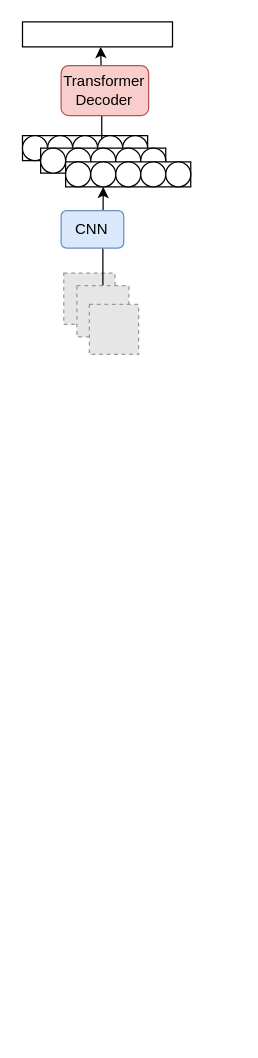
This is 未命名绘图.drawio from lithromantic567/EL, a draw.io file, before an edit. Source tidied: cells renumbered, new cells numbered last; positions are measured from the earlier drawing's top-left corner, leaving out a move shared by most shapes. Both pictures are drawn from the tidied source at 125%, with x=0, y=0 at pixel (21, 21). Pictures stored in the file or linked from it are replaced by grey dashed boxes.
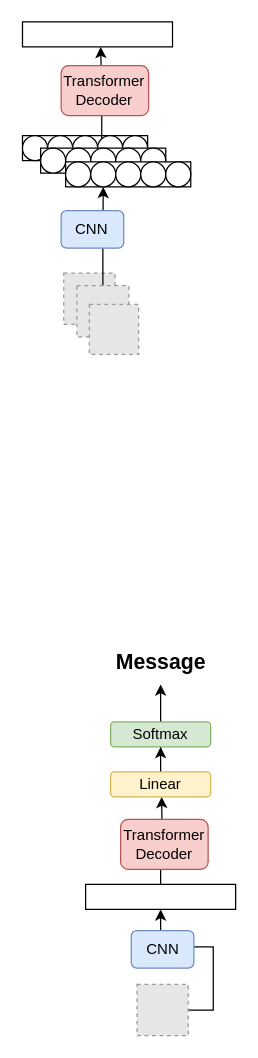
The same page after the edit.

Commit message (it also covers changes not shown here):
更新未命名绘图.drawio

Change to the diagram source:
```diff
@@
+    <mxCell id="31" style="edgeStyle=orthogonalEdgeStyle;rounded=0;jettySize=auto;html=1;exitX=1;exitY=0.5;exitDx=0;exitDy=0;entryX=0.5;entryY=1;entryDx=0;entryDy=0;" parent="1" edge="1" source="32" target="35">
+      <mxGeometry relative="1" as="geometry" />
+    </mxCell>
+    <mxCell id="32" style="fillColor=#E6E6E6;strokeColor=#999999;dashed=1;verticalLabelPosition=bottom;labelBackgroundColor=default;verticalAlign=top;rotation=0;" parent="1" vertex="1">
+      <mxGeometry x="92.1" y="770" width="41" height="41" as="geometry" />
+    </mxCell>
+    <mxCell id="33" value="CNN" style="rounded=1;whiteSpace=wrap;html=1;fillColor=#dae8fc;strokeColor=#6c8ebf;" parent="1" vertex="1">
+      <mxGeometry x="87.5" y="727" width="50.1" height="30" as="geometry" />
+    </mxCell>
+    <mxCell id="34" style="edgeStyle=orthogonalEdgeStyle;rounded=0;jettySize=auto;html=1;exitX=0.5;exitY=0;exitDx=0;exitDy=0;entryX=0.5;entryY=1;entryDx=0;entryDy=0;" parent="1" edge="1" source="35">
+      <mxGeometry relative="1" as="geometry">
+        <mxPoint x="111.8" y="620" as="targetPoint" />
+      </mxGeometry>
+    </mxCell>
+    <mxCell id="35" style="rounded=0;whiteSpace=wrap;html=1;" parent="1" vertex="1">
+      <mxGeometry x="51" y="690" width="120" height="20" as="geometry" />
+    </mxCell>
+    <mxCell id="36" value="Transformer Decoder" style="rounded=1;whiteSpace=wrap;html=1;fillColor=#f8cecc;strokeColor=#b85450;" parent="1" vertex="1">
+      <mxGeometry x="79" y="638" width="70" height="40" as="geometry" />
+    </mxCell>
+    <mxCell id="37" style="edgeStyle=orthogonalEdgeStyle;rounded=0;jettySize=auto;html=1;" parent="1" edge="1" source="38" target="40">
+      <mxGeometry relative="1" as="geometry" />
+    </mxCell>
+    <mxCell id="38" value="Linear" style="rounded=1;whiteSpace=wrap;html=1;fillColor=#fff2cc;strokeColor=#d6b656;" parent="1" vertex="1">
+      <mxGeometry x="71" y="600" width="80" height="20" as="geometry" />
+    </mxCell>
+    <mxCell id="39" style="edgeStyle=orthogonalEdgeStyle;rounded=0;jettySize=auto;html=1;exitX=0.5;exitY=0;exitDx=0;exitDy=0;" parent="1" edge="1" source="40">
+      <mxGeometry relative="1" as="geometry">
+        <mxPoint x="111" y="530" as="targetPoint" />
+      </mxGeometry>
+    </mxCell>
+    <mxCell id="40" value="Softmax" style="rounded=1;whiteSpace=wrap;html=1;fillColor=#d5e8d4;strokeColor=#82b366;" parent="1" vertex="1">
+      <mxGeometry x="71" y="560" width="80" height="20" as="geometry" />
+    </mxCell>
+    <mxCell id="41" value="&lt;b&gt;&lt;font style=&quot;font-size: 17px;&quot;&gt;Message&lt;/font&gt;&lt;/b&gt;" style="text;html=1;align=center;verticalAlign=middle;strokeColor=none;fillColor=none;" parent="1" vertex="1">
+      <mxGeometry x="61" y="498" width="100" height="30" as="geometry" />
+    </mxCell>
```
